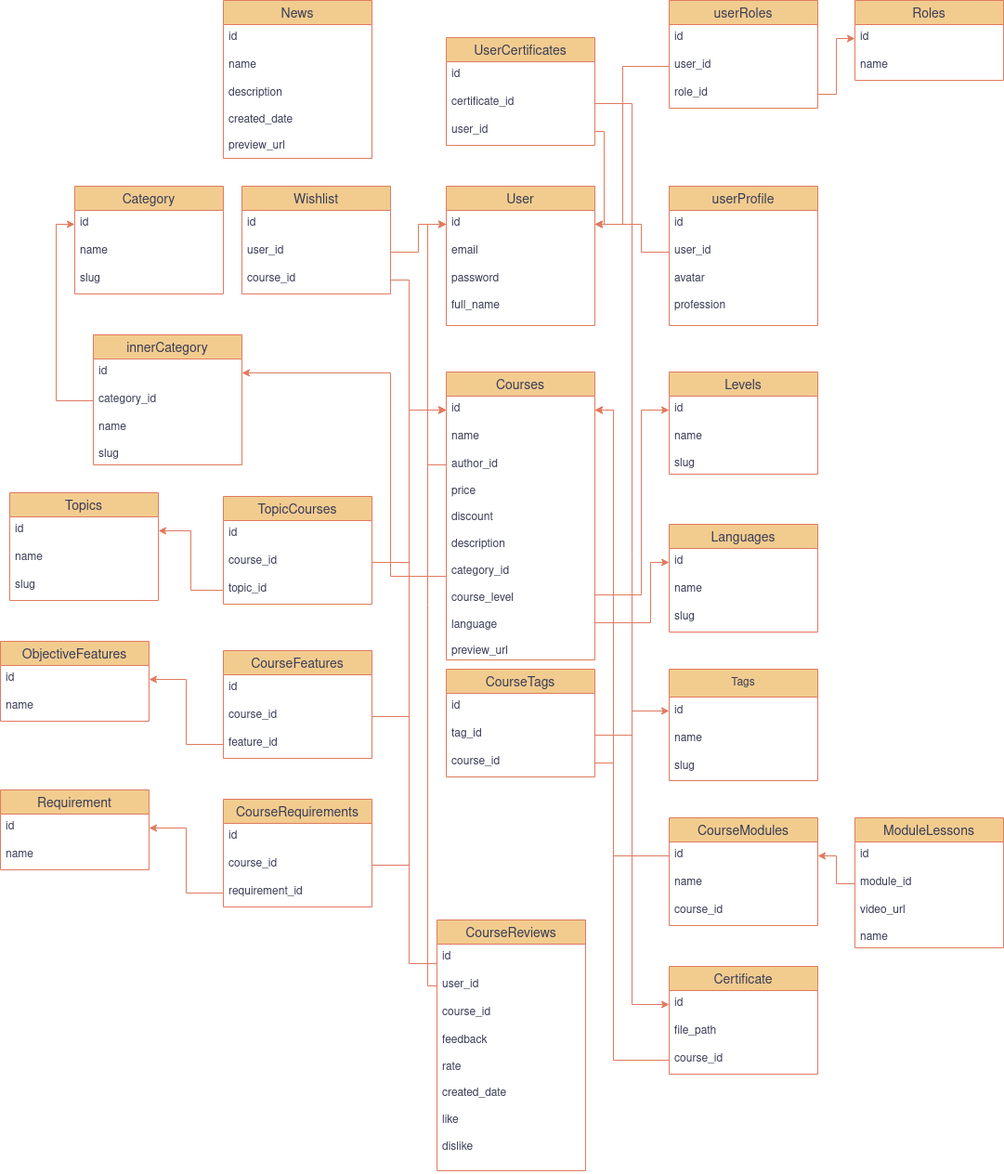
Above: edu_db.png in ITC-38/education_website (draw.io), before the change. Source tidied: cells renumbered, new cells last; positions are measured from the earlier drawing's top-left corner, leaving out a move shared by most shapes.
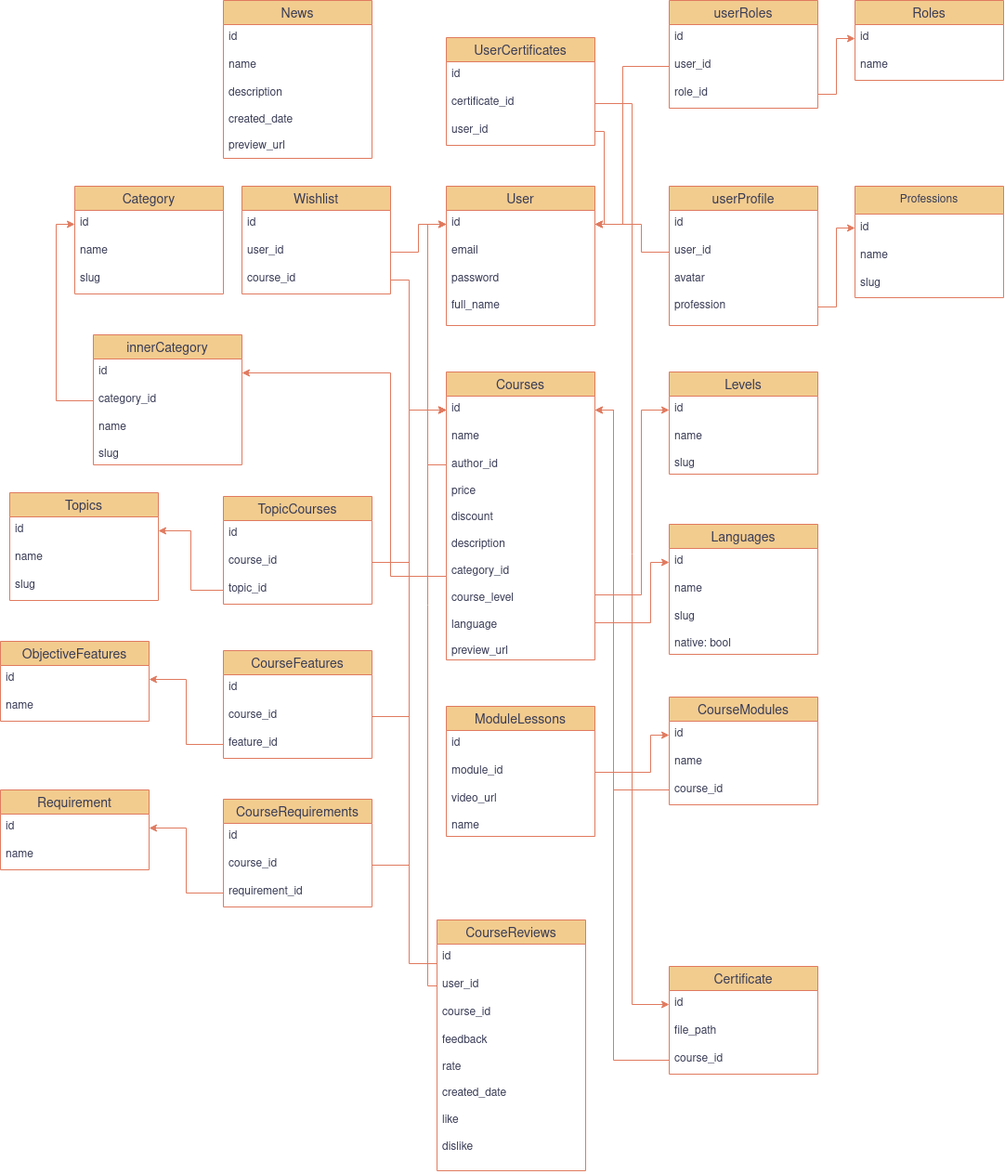
After the change.

Change to the diagram source:
```diff
@@ -107,7 +107,7 @@
       </mxGeometry>
     </mxCell>
     <mxCell id="30" value="Languages" style="swimlane;fontStyle=0;horizontal=1;startSize=26;align=center;fontSize=14;labelBackgroundColor=none;fillColor=#F2CC8F;strokeColor=#E07A5F;fontColor=#393C56;" parent="1" vertex="1">
-      <mxGeometry x="720" y="564" width="160" height="116" as="geometry" />
+      <mxGeometry x="720" y="564" width="160" height="140" as="geometry" />
     </mxCell>
     <mxCell id="31" value="id" style="text;strokeColor=none;fillColor=none;spacingLeft=4;spacingRight=4;overflow=hidden;points=[[0,0.5],[1,0.5]];portConstraint=eastwest;fontSize=12;whiteSpace=wrap;html=1;fontColor=#393C56;labelBackgroundColor=none;" parent="30" vertex="1">
       <mxGeometry y="26" width="160" height="30" as="geometry" />
@@ -115,8 +115,8 @@
     <mxCell id="32" value="name" style="text;strokeColor=none;fillColor=none;spacingLeft=4;spacingRight=4;overflow=hidden;fontSize=12;whiteSpace=wrap;html=1;fontColor=#393C56;labelBackgroundColor=none;" parent="30" vertex="1">
       <mxGeometry y="56" width="160" height="30" as="geometry" />
     </mxCell>
-    <mxCell id="33" value="slug" style="text;strokeColor=none;fillColor=none;spacingLeft=4;spacingRight=4;overflow=hidden;fontSize=12;whiteSpace=wrap;html=1;fontColor=#393C56;labelBackgroundColor=none;" parent="30" vertex="1">
-      <mxGeometry y="86" width="160" height="30" as="geometry" />
+    <mxCell id="33" value="&lt;div&gt;slug&lt;/div&gt;&lt;div&gt;&lt;br&gt;&lt;/div&gt;&lt;div&gt;native: bool&lt;br&gt;&lt;/div&gt;" style="text;strokeColor=none;fillColor=none;spacingLeft=4;spacingRight=4;overflow=hidden;fontSize=12;whiteSpace=wrap;html=1;fontColor=#393C56;labelBackgroundColor=none;" parent="30" vertex="1">
+      <mxGeometry y="86" width="160" height="54" as="geometry" />
     </mxCell>
     <mxCell id="34" style="edgeStyle=orthogonalEdgeStyle;rounded=0;jettySize=auto;html=1;entryX=0;entryY=0.5;entryDx=0;entryDy=0;strokeColor=#E07A5F;fontColor=default;fillColor=#F2CC8F;labelBackgroundColor=none;" parent="1" edge="1" source="23" target="31">
       <mxGeometry relative="1" as="geometry">
@@ -156,41 +156,6 @@
     <mxCell id="44" value="&amp;nbsp;" style="text;whiteSpace=wrap;html=1;fontColor=#393C56;labelBackgroundColor=none;" parent="1" vertex="1">
       <mxGeometry x="230" y="610" width="40" height="40" as="geometry" />
     </mxCell>
-    <mxCell id="45" value="Tags" style="swimlane;fontStyle=0;horizontal=1;startSize=30;whiteSpace=wrap;html=1;strokeColor=#E07A5F;fillColor=#F2CC8F;labelBackgroundColor=none;fontColor=#393C56;" parent="1" vertex="1">
-      <mxGeometry x="720" y="720" width="160" height="120" as="geometry" />
-    </mxCell>
-    <mxCell id="46" value="id" style="text;strokeColor=none;fillColor=none;align=left;verticalAlign=middle;spacingLeft=4;spacingRight=4;overflow=hidden;points=[[0,0.5],[1,0.5]];portConstraint=eastwest;whiteSpace=wrap;html=1;fontColor=#393C56;labelBackgroundColor=none;" parent="45" vertex="1">
-      <mxGeometry y="30" width="160" height="30" as="geometry" />
-    </mxCell>
-    <mxCell id="47" value="name" style="text;strokeColor=none;fillColor=none;align=left;verticalAlign=middle;spacingLeft=4;spacingRight=4;overflow=hidden;whiteSpace=wrap;html=1;fontColor=#393C56;labelBackgroundColor=none;" parent="45" vertex="1">
-      <mxGeometry y="60" width="160" height="30" as="geometry" />
-    </mxCell>
-    <mxCell id="48" value="slug" style="text;strokeColor=none;fillColor=none;align=left;verticalAlign=middle;spacingLeft=4;spacingRight=4;overflow=hidden;whiteSpace=wrap;html=1;fontColor=#393C56;labelBackgroundColor=none;" parent="45" vertex="1">
-      <mxGeometry y="90" width="160" height="30" as="geometry" />
-    </mxCell>
-    <mxCell id="49" value="CourseTags" style="swimlane;fontStyle=0;horizontal=1;startSize=26;align=center;fontSize=14;strokeColor=#E07A5F;fillColor=#F2CC8F;labelBackgroundColor=none;fontColor=#393C56;" parent="1" vertex="1">
-      <mxGeometry x="480" y="720" width="160" height="116" as="geometry" />
-    </mxCell>
-    <mxCell id="50" value="id" style="text;strokeColor=none;fillColor=none;spacingLeft=4;spacingRight=4;overflow=hidden;fontSize=12;whiteSpace=wrap;html=1;fontColor=#393C56;labelBackgroundColor=none;" parent="49" vertex="1">
-      <mxGeometry y="26" width="160" height="30" as="geometry" />
-    </mxCell>
-    <mxCell id="51" value="tag_id" style="text;strokeColor=none;fillColor=none;spacingLeft=4;spacingRight=4;overflow=hidden;points=[[0,0.5],[1,0.5]];portConstraint=eastwest;fontSize=12;whiteSpace=wrap;html=1;fontColor=#393C56;labelBackgroundColor=none;" parent="49" vertex="1">
-      <mxGeometry y="56" width="160" height="30" as="geometry" />
-    </mxCell>
-    <mxCell id="52" value="course_id" style="text;strokeColor=none;fillColor=none;spacingLeft=4;spacingRight=4;overflow=hidden;points=[[0,0.5],[1,0.5]];portConstraint=eastwest;fontSize=12;whiteSpace=wrap;html=1;fontColor=#393C56;labelBackgroundColor=none;" parent="49" vertex="1">
-      <mxGeometry y="86" width="160" height="30" as="geometry" />
-    </mxCell>
-    <mxCell id="53" style="edgeStyle=orthogonalEdgeStyle;rounded=0;jettySize=auto;html=1;entryX=0;entryY=0.5;entryDx=0;entryDy=0;strokeColor=#E07A5F;fontColor=default;fillColor=#F2CC8F;labelBackgroundColor=none;" parent="1" edge="1" source="51" target="46">
-      <mxGeometry relative="1" as="geometry" />
-    </mxCell>
-    <mxCell id="54" style="edgeStyle=orthogonalEdgeStyle;rounded=0;jettySize=auto;html=1;entryX=1;entryY=0.5;entryDx=0;entryDy=0;strokeColor=#E07A5F;fontColor=default;fillColor=#F2CC8F;labelBackgroundColor=none;" parent="1" edge="1" source="52" target="21">
-      <mxGeometry relative="1" as="geometry">
-        <Array as="points">
-          <mxPoint x="660" y="821" />
-          <mxPoint x="660" y="441" />
-        </Array>
-      </mxGeometry>
-    </mxCell>
     <mxCell id="55" value="Wishlist" style="swimlane;fontStyle=0;horizontal=1;startSize=26;align=center;fontSize=14;strokeColor=#E07A5F;fontColor=#393C56;fillColor=#F2CC8F;labelBackgroundColor=none;" parent="1" vertex="1">
       <mxGeometry x="260" y="200" width="160" height="116" as="geometry" />
     </mxCell>
@@ -255,7 +220,7 @@
       <mxGeometry relative="1" as="geometry" />
     </mxCell>
     <mxCell id="76" value="CourseModules" style="swimlane;fontStyle=0;horizontal=1;startSize=26;align=center;fontSize=14;strokeColor=#E07A5F;fillColor=#F2CC8F;labelBackgroundColor=none;fontColor=#393C56;" parent="1" vertex="1">
-      <mxGeometry x="720" y="880" width="160" height="116" as="geometry" />
+      <mxGeometry x="720" y="750" width="160" height="116" as="geometry" />
     </mxCell>
     <mxCell id="77" value="id" style="text;strokeColor=none;fillColor=none;spacingLeft=4;spacingRight=4;overflow=hidden;points=[[0,0.5],[1,0.5]];portConstraint=eastwest;fontSize=12;whiteSpace=wrap;html=1;fontColor=#393C56;labelBackgroundColor=none;" parent="76" vertex="1">
       <mxGeometry y="26" width="160" height="30" as="geometry" />
@@ -267,7 +232,7 @@
       <mxGeometry y="86" width="160" height="30" as="geometry" />
     </mxCell>
     <mxCell id="80" value="ModuleLessons" style="swimlane;fontStyle=0;horizontal=1;startSize=26;align=center;fontSize=14;strokeColor=#E07A5F;fillColor=#F2CC8F;labelBackgroundColor=none;fontColor=#393C56;" parent="1" vertex="1">
-      <mxGeometry x="920" y="880" width="160" height="140" as="geometry" />
+      <mxGeometry x="480" y="760" width="160" height="140" as="geometry" />
     </mxCell>
     <mxCell id="81" value="id" style="text;strokeColor=none;fillColor=none;spacingLeft=4;spacingRight=4;overflow=hidden;fontSize=12;whiteSpace=wrap;html=1;fontColor=#393C56;labelBackgroundColor=none;" parent="80" vertex="1">
       <mxGeometry y="26" width="160" height="30" as="geometry" />
@@ -278,8 +243,13 @@
     <mxCell id="83" value="&lt;div&gt;video_url&lt;/div&gt;&lt;div&gt;&lt;br&gt;&lt;/div&gt;&lt;div&gt;name&lt;br&gt;&lt;/div&gt;" style="text;strokeColor=none;fillColor=none;spacingLeft=4;spacingRight=4;overflow=hidden;fontSize=12;whiteSpace=wrap;html=1;fontColor=#393C56;labelBackgroundColor=none;" parent="80" vertex="1">
       <mxGeometry y="86" width="160" height="54" as="geometry" />
     </mxCell>
-    <mxCell id="84" style="edgeStyle=orthogonalEdgeStyle;rounded=0;jettySize=auto;html=1;entryX=1;entryY=0.5;entryDx=0;entryDy=0;strokeColor=#E07A5F;fontColor=default;fillColor=#F2CC8F;labelBackgroundColor=none;" parent="1" edge="1" source="82" target="77">
-      <mxGeometry relative="1" as="geometry" />
+    <mxCell id="84" style="edgeStyle=orthogonalEdgeStyle;rounded=0;jettySize=auto;html=1;entryX=0;entryY=0.5;entryDx=0;entryDy=0;strokeColor=#E07A5F;fontColor=default;fillColor=#F2CC8F;labelBackgroundColor=none;" parent="1" edge="1" source="82" target="77">
+      <mxGeometry relative="1" as="geometry">
+        <Array as="points">
+          <mxPoint x="700" y="831" />
+          <mxPoint x="700" y="791" />
+        </Array>
+      </mxGeometry>
     </mxCell>
     <mxCell id="85" value="CourseReviews" style="swimlane;fontStyle=0;horizontal=1;startSize=26;align=center;fontSize=14;strokeColor=#E07A5F;fillColor=#F2CC8F;labelBackgroundColor=none;fontColor=#393C56;" parent="1" vertex="1">
       <mxGeometry x="470" y="990" width="160" height="270" as="geometry" />
@@ -405,10 +375,12 @@
         </Array>
       </mxGeometry>
     </mxCell>
-    <mxCell id="118" style="edgeStyle=orthogonalEdgeStyle;rounded=0;jettySize=auto;html=1;fillColor=#F2CC8F;strokeColor=#E07A5F;labelBackgroundColor=none;fontColor=default;" parent="1" edge="1" source="77" target="21">
+    <mxCell id="118" style="edgeStyle=orthogonalEdgeStyle;rounded=0;jettySize=auto;html=1;fillColor=#F2CC8F;strokeColor=#E07A5F;labelBackgroundColor=none;fontColor=default;" parent="1" edge="1" target="21">
       <mxGeometry relative="1" as="geometry">
+        <mxPoint x="720" y="850" as="sourcePoint" />
         <Array as="points">
-          <mxPoint x="660" y="921" />
+          <mxPoint x="720" y="850" />
+          <mxPoint x="660" y="850" />
           <mxPoint x="660" y="441" />
         </Array>
       </mxGeometry>
@@ -429,5 +401,25 @@
         </Array>
       </mxGeometry>
     </mxCell>
+    <mxCell id="121" value="Professions" style="swimlane;fontStyle=0;horizontal=1;startSize=30;whiteSpace=wrap;html=1;strokeColor=#E07A5F;fontColor=#393C56;fillColor=#F2CC8F;" parent="1" vertex="1">
+      <mxGeometry x="920" y="200" width="160" height="120" as="geometry" />
+    </mxCell>
+    <mxCell id="122" value="id" style="text;strokeColor=none;fillColor=none;align=left;verticalAlign=middle;spacingLeft=4;spacingRight=4;overflow=hidden;points=[[0,0.5],[1,0.5]];portConstraint=eastwest;whiteSpace=wrap;html=1;fontColor=#393C56;" parent="121" vertex="1">
+      <mxGeometry y="30" width="160" height="30" as="geometry" />
+    </mxCell>
+    <mxCell id="47" value="name" style="text;strokeColor=none;fillColor=none;align=left;verticalAlign=middle;spacingLeft=4;spacingRight=4;overflow=hidden;whiteSpace=wrap;html=1;fontColor=#393C56;" parent="121" vertex="1">
+      <mxGeometry y="60" width="160" height="30" as="geometry" />
+    </mxCell>
+    <mxCell id="48" value="slug" style="text;strokeColor=none;fillColor=none;align=left;verticalAlign=middle;spacingLeft=4;spacingRight=4;overflow=hidden;whiteSpace=wrap;html=1;fontColor=#393C56;" parent="121" vertex="1">
+      <mxGeometry y="90" width="160" height="30" as="geometry" />
+    </mxCell>
+    <mxCell id="123" style="edgeStyle=orthogonalEdgeStyle;rounded=0;jettySize=auto;html=1;entryX=0;entryY=0.5;entryDx=0;entryDy=0;strokeColor=#E07A5F;fontColor=#393C56;fillColor=#F2CC8F;" parent="1" edge="1" source="9" target="122">
+      <mxGeometry relative="1" as="geometry">
+        <Array as="points">
+          <mxPoint x="900" y="330" />
+          <mxPoint x="900" y="245" />
+        </Array>
+      </mxGeometry>
+    </mxCell>
   </root>
 </mxGraphModel>
```
